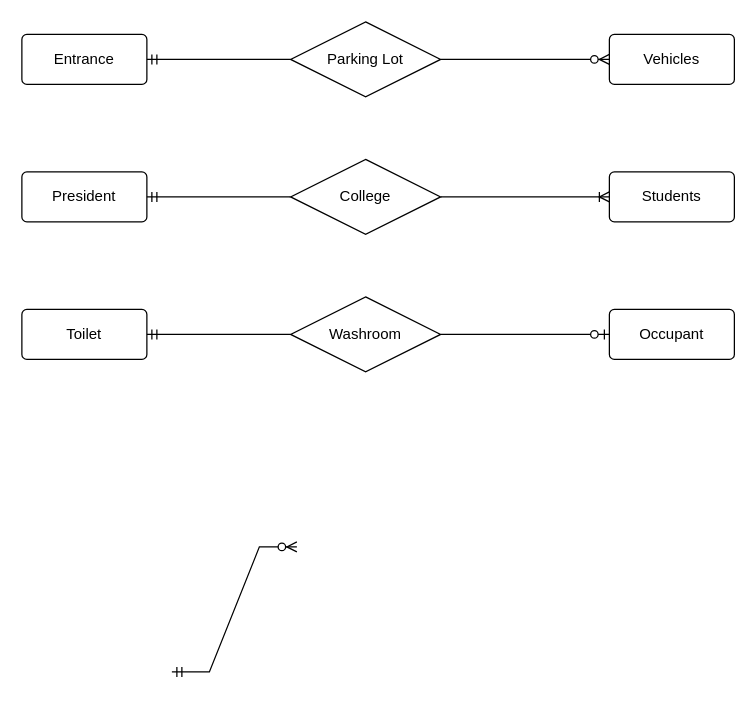
ObeeeWon/Diagrams keeps this draw.io diagram as NSCC/Lab 8 Data Design.drawio. Above is the earlier version. Source tidied: cells renumbered, new cells numbered last; positions are measured from the earlier drawing's top-left corner, leaving out a move shared by most shapes. Both pictures are drawn from the tidied source at 125%, with x=0, y=0 at pixel (21, 21).
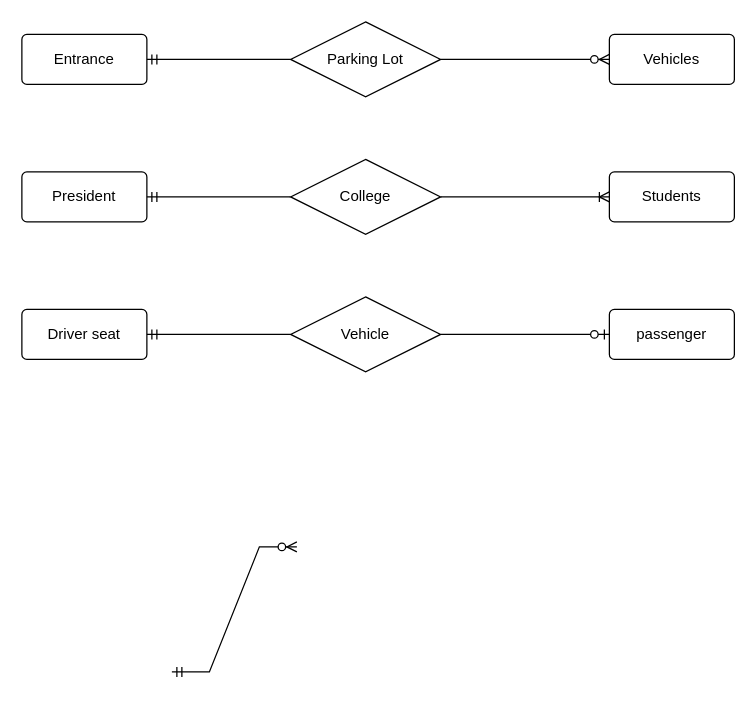
Above is the later version.

The edit, as a diff of the source:
```diff
@@
-    <mxCell id="14" value="Washroom" style="shape=rhombus;perimeter=rhombusPerimeter;whiteSpace=wrap;html=1;align=center;" parent="1" vertex="1">
+    <mxCell id="14" value="Vehicle" style="shape=rhombus;perimeter=rhombusPerimeter;whiteSpace=wrap;html=1;align=center;" parent="1" vertex="1">
       <mxGeometry x="215" y="220" width="120" height="60" as="geometry" />
     </mxCell>
-    <mxCell id="15" value="Toilet" style="rounded=1;arcSize=10;whiteSpace=wrap;html=1;align=center;" parent="1" vertex="1">
+    <mxCell id="15" value="Driver seat" style="rounded=1;arcSize=10;whiteSpace=wrap;html=1;align=center;" parent="1" vertex="1">
       <mxGeometry y="230" width="100" height="40" as="geometry" />
     </mxCell>
-    <mxCell id="16" value="Occupant" style="rounded=1;arcSize=10;whiteSpace=wrap;html=1;align=center;" parent="1" vertex="1">
+    <mxCell id="16" value="passenger" style="rounded=1;arcSize=10;whiteSpace=wrap;html=1;align=center;" parent="1" vertex="1">
       <mxGeometry x="470" y="230" width="100" height="40" as="geometry" />
     </mxCell>
```
